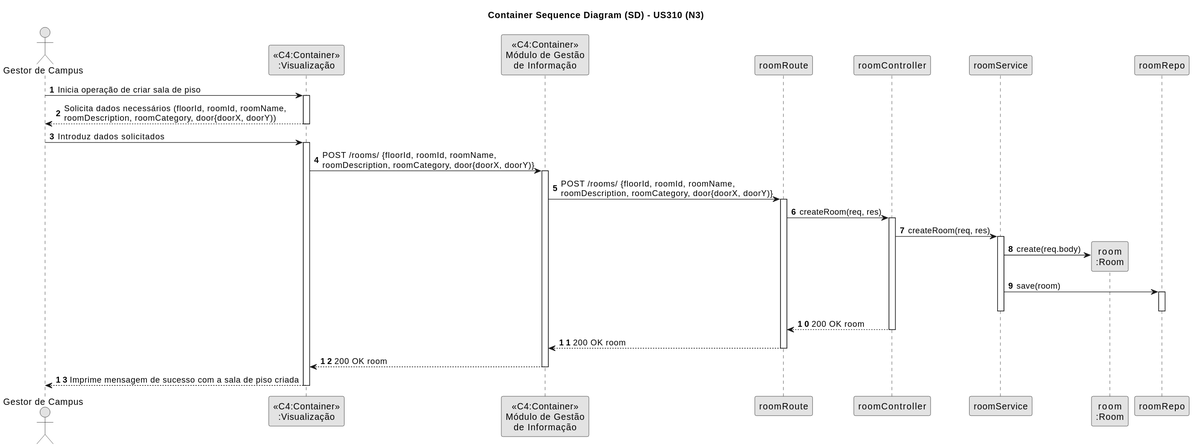
Before: docs/1211171/us310/SD-N3-US310.svg, a diagram exported from PlantUML (pedrocmesquita/RobDroneGo).
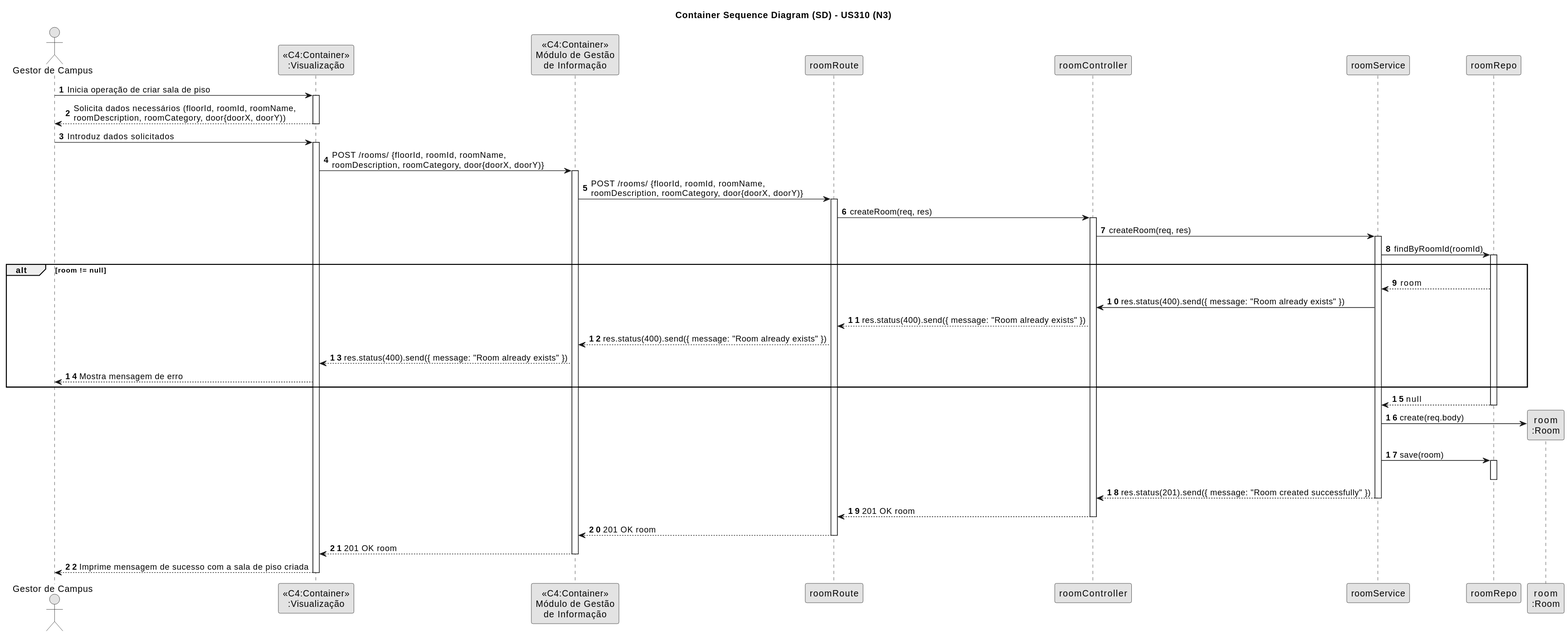
Above is the later version.

Diff of the diagram source:
```diff
@@ -25,16 +25,31 @@
 activate roomController
 roomController -> roomService: createRoom(req, res)
 activate roomService
+
+roomService -> roomRepo: findByRoomId(roomId)
+activate roomRepo
+alt room != null
+roomRepo --> roomService: room
+roomService -> roomController: res.status(400).send({ message: "Room already exists" })
+roomController --> roomRoute: res.status(400).send({ message: "Room already exists" })
+roomRoute --> "<<C4:Container>>\nMódulo de Gestão\nde Informação": res.status(400).send({ message: "Room already exists" })
+"<<C4:Container>>\nMódulo de Gestão\nde Informação" --> "<<C4:Container>>\n:Visualização": res.status(400).send({ message: "Room already exists" })
+"<<C4:Container>>\n:Visualização" --> "Gestor de Campus": Mostra mensagem de erro
+
+end
+roomRepo --> roomService: null
+deactivate roomRepo
 roomService -> "room\n:Room"**: create(req.body)
 roomService -> roomRepo: save(room)
 activate roomRepo
 deactivate roomRepo
+roomService --> roomController: res.status(201).send({ message: "Room created successfully" })
 deactivate roomService
-roomController --> roomRoute : 200 OK room
+roomController --> roomRoute : 201 OK room
 deactivate roomController
-roomRoute --> "<<C4:Container>>\nMódulo de Gestão\nde Informação" : 200 OK room
+roomRoute --> "<<C4:Container>>\nMódulo de Gestão\nde Informação" : 201 OK room
 deactivate roomRoute
-"<<C4:Container>>\nMódulo de Gestão\nde Informação" --> "<<C4:Container>>\n:Visualização": 200 OK room
+"<<C4:Container>>\nMódulo de Gestão\nde Informação" --> "<<C4:Container>>\n:Visualização": 201 OK room
 deactivate "<<C4:Container>>\nMódulo de Gestão\nde Informação"
 "Gestor de Campus" <-- "<<C4:Container>>\n:Visualização": Imprime mensagem de sucesso com a sala de piso criada
 deactivate "<<C4:Container>>\n:Visualização"
```
